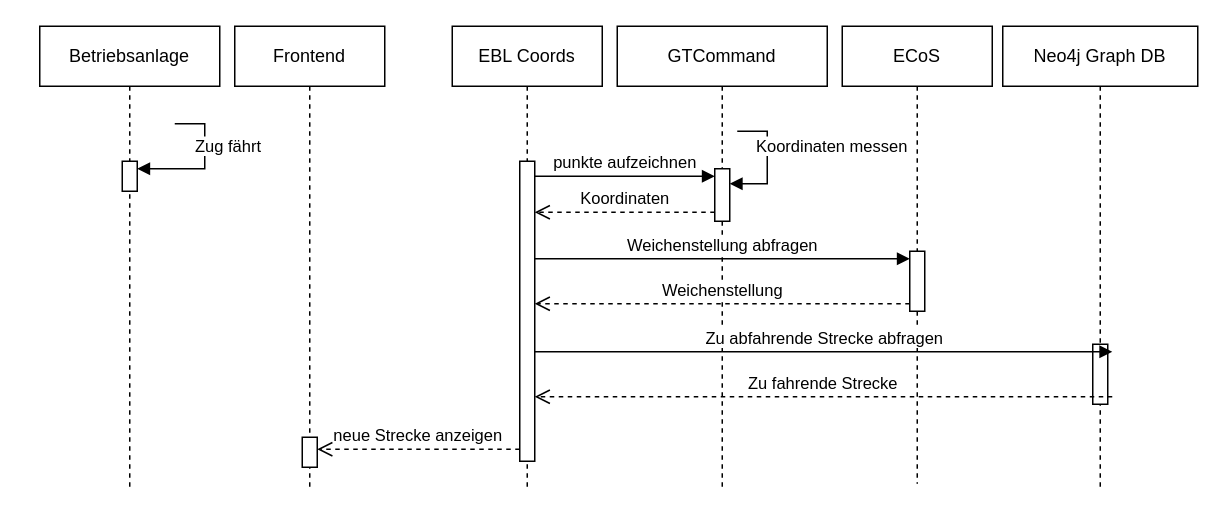
Above: procedural/TopLevel_MeassureTrainswitch.drawio in pascalreiss/draw_io_stuff (draw.io), before the change. Source tidied: cells renumbered, new cells numbered last; positions are measured from the earlier drawing's top-left corner, leaving out a move shared by most shapes. Both pictures are drawn from the tidied source at 150%, with x=0, y=0 at pixel (39, 26).
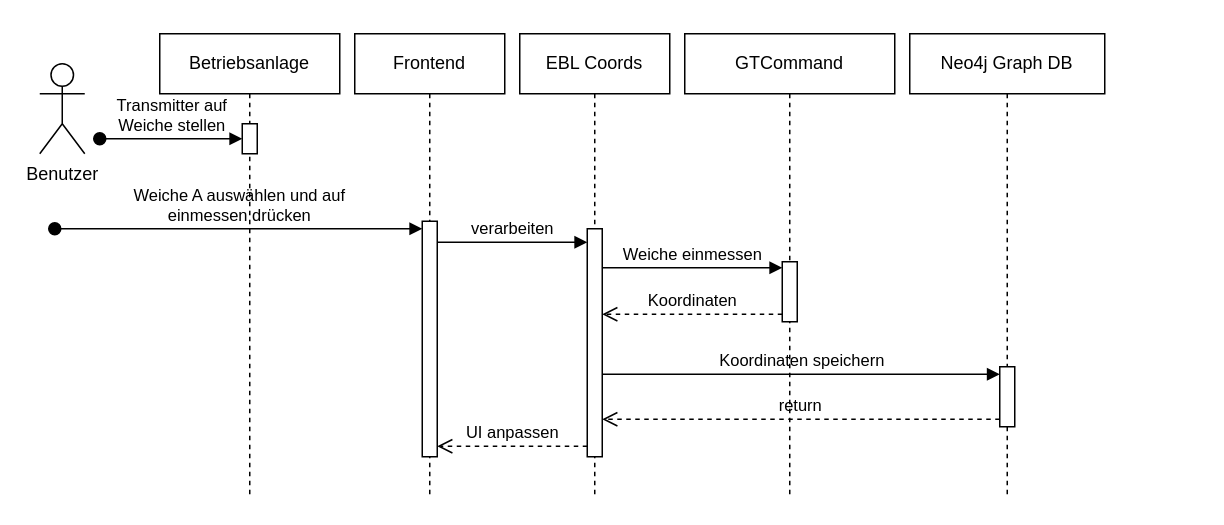
The same page after the edit.

The edit, as a diff of the source:
```diff
@@
     <mxCell id="2" value="Neo4j Graph DB" style="shape=umlLifeline;perimeter=lifelinePerimeter;whiteSpace=wrap;html=1;newEdgeStyle={&quot;curved&quot;:0,&quot;rounded&quot;:0};" parent="1" vertex="1">
-      <mxGeometry x="642" width="130" height="310" as="geometry" />
+      <mxGeometry x="580" y="5" width="130" height="310" as="geometry" />
     </mxCell>
-    <mxCell id="3" style="html=1;perimeter=orthogonalPerimeter;targetShapes=umlLifeline;newEdgeStyle={&quot;curved&quot;:0,&quot;rounded&quot;:0};" parent="2" vertex="1">
-      <mxGeometry x="60" y="212" width="10" height="40" as="geometry" />
-    </mxCell>
+    <mxCell id="23" style="html=1;points=[[0,0,0,0,5],[0,1,0,0,-5],[1,0,0,0,5],[1,1,0,0,-5]];perimeter=orthogonalPerimeter;outlineConnect=0;targetShapes=umlLifeline;portConstraint=eastwest;newEdgeStyle={&quot;curved&quot;:0,&quot;rounded&quot;:0};" parent="2" vertex="1">
+      <mxGeometry x="60" y="222" width="10" height="40" as="geometry" />
+    </mxCell>
+    <mxCell id="24" value="Koordinaten speichern" style="html=1;verticalAlign=bottom;endArrow=block;curved=0;rounded=0;" parent="2" edge="1" target="23">
+      <mxGeometry relative="1" as="geometry">
+        <mxPoint x="-205" y="227" as="sourcePoint" />
+        <Array as="points">
+          <mxPoint x="-150" y="227" />
+        </Array>
+      </mxGeometry>
+    </mxCell>
+    <mxCell id="25" value="return" style="html=1;verticalAlign=bottom;endArrow=open;dashed=1;endSize=8;curved=0;rounded=0;" parent="2" edge="1" source="23">
+      <mxGeometry relative="1" as="geometry">
+        <mxPoint x="-205" y="257" as="targetPoint" />
+      </mxGeometry>
+    </mxCell>
     <mxCell id="4" value="EBL Coords" style="shape=umlLifeline;perimeter=lifelinePerimeter;whiteSpace=wrap;html=1;newEdgeStyle={&quot;curved&quot;:0,&quot;rounded&quot;:0};" parent="1" vertex="1">
-      <mxGeometry x="275" width="100" height="310" as="geometry" />
+      <mxGeometry x="320" y="5" width="100" height="310" as="geometry" />
     </mxCell>
-    <mxCell id="5" style="html=1;points=[[0,0,0,0,5],[0,1,0,0,-5],[1,0,0,0,5],[1,1,0,0,-5]];perimeter=orthogonalPerimeter;outlineConnect=0;targetShapes=umlLifeline;portConstraint=eastwest;newEdgeStyle={&quot;curved&quot;:0,&quot;rounded&quot;:0};" parent="4" vertex="1">
-      <mxGeometry x="45" y="90" width="10" height="200" as="geometry" />
-    </mxCell>
+    <mxCell id="26" style="html=1;perimeter=orthogonalPerimeter;targetShapes=umlLifeline;newEdgeStyle={&quot;curved&quot;:0,&quot;rounded&quot;:0};" parent="4" vertex="1">
+      <mxGeometry x="45" y="130" width="10" height="152" as="geometry" />
+    </mxCell>
+    <mxCell id="27" value="Benutzer" style="shape=umlActor;verticalLabelPosition=bottom;verticalAlign=top;html=1;" parent="1" vertex="1">
+      <mxGeometry y="25" width="30" height="60" as="geometry" />
+    </mxCell>
+    <mxCell id="28" value="Weiche A auswählen und auf &lt;br&gt;einmessen drücken" style="html=1;verticalAlign=bottom;startArrow=oval;startFill=1;endArrow=block;startSize=8;curved=0;rounded=0;" parent="1" edge="1" target="29">
+      <mxGeometry relative="1" as="geometry">
+        <mxPoint x="10" y="135" as="sourcePoint" />
+      </mxGeometry>
+    </mxCell>
     <mxCell id="6" value="Frontend" style="shape=umlLifeline;perimeter=lifelinePerimeter;whiteSpace=wrap;html=1;newEdgeStyle={&quot;curved&quot;:0,&quot;rounded&quot;:0};" parent="1" vertex="1">
-      <mxGeometry x="130" width="100" height="310" as="geometry" />
+      <mxGeometry x="210" y="5" width="100" height="310" as="geometry" />
     </mxCell>
-    <mxCell id="7" style="html=1;points=[[0,0,0,0,5],[0,1,0,0,-5],[1,0,0,0,5],[1,1,0,0,-5]];perimeter=orthogonalPerimeter;outlineConnect=0;targetShapes=umlLifeline;portConstraint=eastwest;newEdgeStyle={&quot;curved&quot;:0,&quot;rounded&quot;:0};" parent="6" vertex="1">
-      <mxGeometry x="45" y="274" width="10" height="20" as="geometry" />
-    </mxCell>
+    <mxCell id="29" style="html=1;points=[[0,0,0,0,5],[0,1,0,0,-5],[1,0,0,0,5],[1,1,0,0,-5]];perimeter=orthogonalPerimeter;outlineConnect=0;targetShapes=umlLifeline;portConstraint=eastwest;newEdgeStyle={&quot;curved&quot;:0,&quot;rounded&quot;:0};" parent="6" vertex="1">
+      <mxGeometry x="45" y="125" width="10" height="157" as="geometry" />
+    </mxCell>
+    <mxCell id="30" value="verarbeiten" style="html=1;verticalAlign=bottom;endArrow=block;curved=0;rounded=0;" parent="1" edge="1">
+      <mxGeometry relative="1" as="geometry">
+        <mxPoint x="265" y="144" as="sourcePoint" />
+        <mxPoint x="365" y="144" as="targetPoint" />
+        <Array as="points">
+          <mxPoint x="320" y="144" />
+        </Array>
+      </mxGeometry>
+    </mxCell>
+    <mxCell id="31" value="UI anpassen" style="html=1;verticalAlign=bottom;endArrow=open;dashed=1;endSize=8;curved=0;rounded=0;" parent="1" edge="1">
+      <mxGeometry relative="1" as="geometry">
+        <mxPoint x="365" y="280" as="sourcePoint" />
+        <mxPoint x="265" y="280" as="targetPoint" />
+      </mxGeometry>
+    </mxCell>
     <mxCell id="8" value="Betriebsanlage" style="shape=umlLifeline;perimeter=lifelinePerimeter;whiteSpace=wrap;html=1;newEdgeStyle={&quot;curved&quot;:0,&quot;rounded&quot;:0};" parent="1" vertex="1">
-      <mxGeometry width="120" height="310" as="geometry" />
+      <mxGeometry x="80" y="5" width="120" height="310" as="geometry" />
     </mxCell>
-    <mxCell id="9" style="html=1;points=[[0,0,0,0,5],[0,1,0,0,-5],[1,0,0,0,5],[1,1,0,0,-5]];perimeter=orthogonalPerimeter;outlineConnect=0;targetShapes=umlLifeline;portConstraint=eastwest;newEdgeStyle={&quot;curved&quot;:0,&quot;rounded&quot;:0};" parent="8" vertex="1">
-      <mxGeometry x="55" y="90" width="10" height="20" as="geometry" />
-    </mxCell>
-    <mxCell id="10" value="Zug fährt" style="html=1;align=left;spacingLeft=2;endArrow=block;rounded=0;edgeStyle=orthogonalEdgeStyle;curved=0;rounded=0;" parent="8" edge="1" target="9">
-      <mxGeometry x="-0.26" y="-10" relative="1" as="geometry">
-        <mxPoint x="90" y="65" as="sourcePoint" />
-        <Array as="points">
-          <mxPoint x="110" y="65" />
-          <mxPoint x="110" y="95" />
-        </Array>
-      </mxGeometry>
-    </mxCell>
+    <mxCell id="32" style="html=1;points=[[0,0,0,0,5],[0,1,0,0,-5],[1,0,0,0,5],[1,1,0,0,-5]];perimeter=orthogonalPerimeter;outlineConnect=0;targetShapes=umlLifeline;portConstraint=eastwest;newEdgeStyle={&quot;curved&quot;:0,&quot;rounded&quot;:0};" parent="8" vertex="1">
+      <mxGeometry x="55" y="60" width="10" height="20" as="geometry" />
+    </mxCell>
     <mxCell id="11" value="GTCommand" style="shape=umlLifeline;perimeter=lifelinePerimeter;whiteSpace=wrap;html=1;newEdgeStyle={&quot;curved&quot;:0,&quot;rounded&quot;:0};" parent="1" vertex="1">
-      <mxGeometry x="385" width="140" height="310" as="geometry" />
+      <mxGeometry x="430" y="5" width="140" height="310" as="geometry" />
     </mxCell>
-    <mxCell id="12" style="html=1;points=[[0,0,0,0,5],[0,1,0,0,-5],[1,0,0,0,5],[1,1,0,0,-5]];perimeter=orthogonalPerimeter;outlineConnect=0;targetShapes=umlLifeline;portConstraint=eastwest;newEdgeStyle={&quot;curved&quot;:0,&quot;rounded&quot;:0};" parent="11" vertex="1">
-      <mxGeometry x="65" y="95" width="10" height="35" as="geometry" />
-    </mxCell>
-    <mxCell id="13" value="Koordinaten messen" style="html=1;align=left;spacingLeft=2;endArrow=block;rounded=0;edgeStyle=orthogonalEdgeStyle;curved=0;rounded=0;" parent="11" edge="1" target="12">
-      <mxGeometry x="-0.78" y="-10" relative="1" as="geometry">
-        <mxPoint x="80" y="70" as="sourcePoint" />
-        <Array as="points">
-          <mxPoint x="100" y="70" />
-          <mxPoint x="100" y="105" />
-        </Array>
-      </mxGeometry>
-    </mxCell>
-    <mxCell id="14" value="punkte aufzeichnen" style="html=1;verticalAlign=bottom;endArrow=block;curved=0;rounded=0;" parent="1" edge="1" source="5" target="12">
-      <mxGeometry relative="1" as="geometry">
-        <Array as="points">
-          <mxPoint x="395" y="100" />
-        </Array>
-      </mxGeometry>
-    </mxCell>
+    <mxCell id="33" style="html=1;perimeter=orthogonalPerimeter;targetShapes=umlLifeline;newEdgeStyle={&quot;curved&quot;:0,&quot;rounded&quot;:0};" parent="11" vertex="1">
+      <mxGeometry x="65" y="152" width="10" height="40" as="geometry" />
+    </mxCell>
+    <mxCell id="34" value="Weiche einmessen" style="html=1;verticalAlign=bottom;endArrow=block;curved=0;rounded=0;" parent="1" edge="1">
+      <mxGeometry relative="1" as="geometry">
+        <mxPoint x="375" y="161" as="sourcePoint" />
+        <mxPoint x="495" y="161" as="targetPoint" />
+      </mxGeometry>
+    </mxCell>
     <mxCell id="15" value="Koordinaten" style="html=1;verticalAlign=bottom;endArrow=open;dashed=1;endSize=8;curved=0;rounded=0;" parent="1" edge="1">
       <mxGeometry relative="1" as="geometry">
-        <mxPoint x="450" y="124" as="sourcePoint" />
-        <mxPoint x="330" y="124" as="targetPoint" />
-        <Array as="points">
-          <mxPoint x="385" y="124" />
-        </Array>
+        <mxPoint x="495" y="192" as="sourcePoint" />
+        <mxPoint x="375" y="192" as="targetPoint" />
       </mxGeometry>
     </mxCell>
-    <mxCell id="16" value="ECoS" style="shape=umlLifeline;perimeter=lifelinePerimeter;whiteSpace=wrap;html=1;newEdgeStyle={&quot;curved&quot;:0,&quot;rounded&quot;:0};" parent="1" vertex="1">
-      <mxGeometry x="535" width="100" height="305" as="geometry" />
-    </mxCell>
-    <mxCell id="17" style="html=1;points=[[0,0,0,0,5],[0,1,0,0,-5],[1,0,0,0,5],[1,1,0,0,-5]];perimeter=orthogonalPerimeter;outlineConnect=0;targetShapes=umlLifeline;portConstraint=eastwest;newEdgeStyle={&quot;curved&quot;:0,&quot;rounded&quot;:0};" parent="16" vertex="1">
-      <mxGeometry x="45" y="150" width="10" height="40" as="geometry" />
-    </mxCell>
-    <mxCell id="18" value="Weichenstellung" style="html=1;verticalAlign=bottom;endArrow=open;dashed=1;endSize=8;curved=0;rounded=0;exitX=0;exitY=1;exitDx=0;exitDy=-5;" parent="1" edge="1" source="17" target="5">
-      <mxGeometry relative="1" as="geometry" />
-    </mxCell>
-    <mxCell id="19" value="Weichenstellung abfragen" style="html=1;verticalAlign=bottom;endArrow=block;curved=0;rounded=0;" parent="1" edge="1">
-      <mxGeometry relative="1" as="geometry">
-        <mxPoint x="330" y="155" as="sourcePoint" />
-        <mxPoint x="580" y="155" as="targetPoint" />
-      </mxGeometry>
-    </mxCell>
-    <mxCell id="20" value="Zu fahrende Strecke" style="html=1;verticalAlign=bottom;endArrow=open;dashed=1;endSize=8;curved=0;rounded=0;" parent="1" edge="1">
-      <mxGeometry relative="1" as="geometry">
-        <mxPoint x="715" y="247" as="sourcePoint" />
-        <mxPoint x="330" y="247" as="targetPoint" />
-      </mxGeometry>
-    </mxCell>
-    <mxCell id="21" value="Zu abfahrende Strecke abfragen" style="html=1;verticalAlign=bottom;endArrow=block;curved=0;rounded=0;" parent="1" edge="1">
-      <mxGeometry relative="1" as="geometry">
-        <mxPoint x="330" y="217" as="sourcePoint" />
-        <mxPoint x="715" y="217" as="targetPoint" />
-        <Array as="points">
-          <mxPoint x="525" y="217" />
-        </Array>
-      </mxGeometry>
-    </mxCell>
-    <mxCell id="22" value="neue Strecke anzeigen" style="html=1;verticalAlign=bottom;endArrow=open;dashed=1;endSize=8;curved=0;rounded=0;" parent="1" edge="1" target="7">
-      <mxGeometry relative="1" as="geometry">
-        <mxPoint x="320" y="282" as="sourcePoint" />
-      </mxGeometry>
-    </mxCell>
+    <mxCell id="35" value="Transmitter auf &lt;br&gt;Weiche stellen" style="html=1;verticalAlign=bottom;startArrow=oval;startFill=1;endArrow=block;startSize=8;curved=0;rounded=0;" parent="1" edge="1" target="32">
+      <mxGeometry relative="1" as="geometry">
+        <mxPoint x="40" y="75" as="sourcePoint" />
+      </mxGeometry>
+    </mxCell>
```
